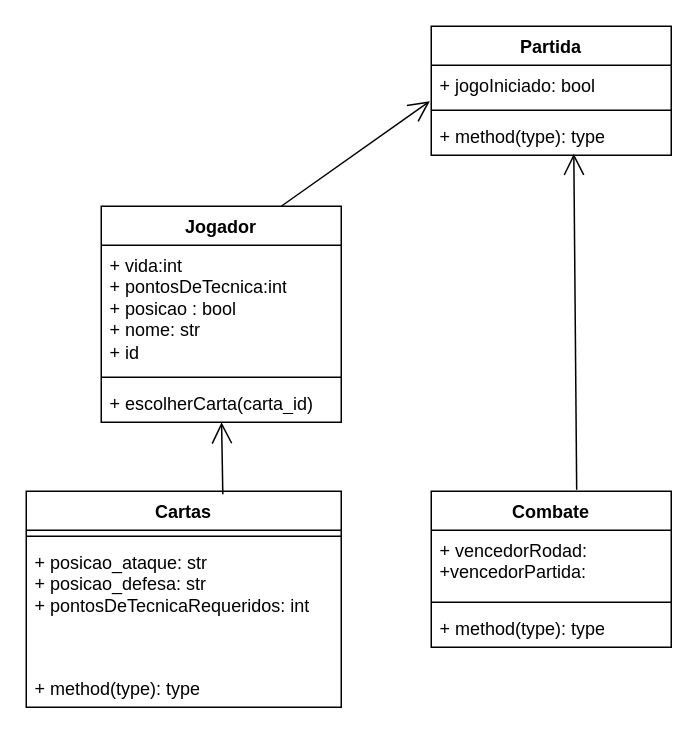
Tpirate90/TP90 keeps this draw.io diagram as Diagrama sem nome.drawio. Above is the earlier version. Source tidied: cells renumbered, new cells numbered last; positions are measured from the earlier drawing's top-left corner, leaving out a move shared by most shapes. Both pictures are drawn from the tidied source at 150%, with x=0, y=0 at pixel (26, 26).
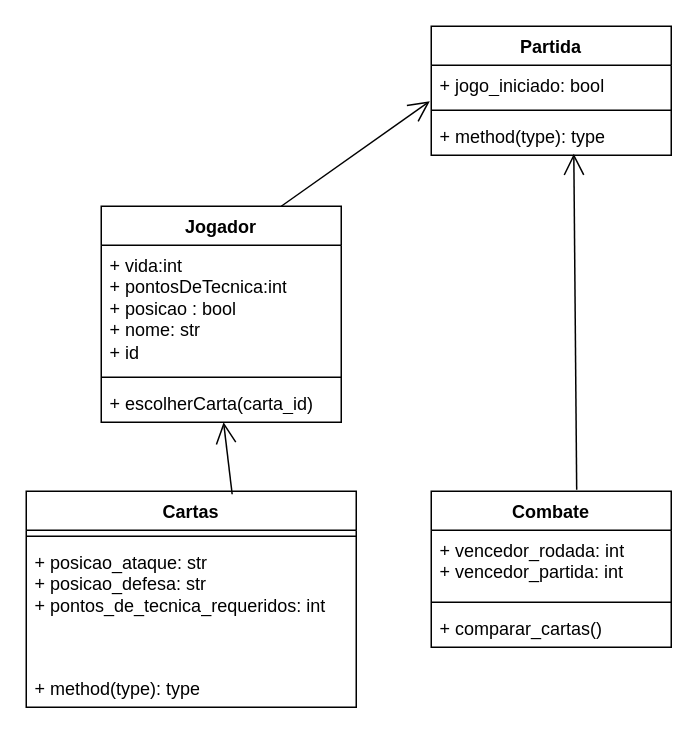
After the change.

Unchanged cells that the change refers to:
```xml
<mxCell id="2" value="Partida" style="swimlane;fontStyle=1;align=center;verticalAlign=top;horizontal=1;startSize=26;whiteSpace=wrap;html=1;" parent="1" vertex="1">
  <mxGeometry x="270" width="160" height="86" as="geometry" />
</mxCell>
<mxCell id="6" value="Combate" style="swimlane;fontStyle=1;align=center;verticalAlign=top;horizontal=1;startSize=26;whiteSpace=wrap;html=1;" parent="1" vertex="1">
  <mxGeometry x="270" y="310" width="160" height="104" as="geometry" />
</mxCell>
```

Diff of the diagram source:
```diff
@@
-    <mxCell id="3" value="+ jogoIniciado: bool" style="text;strokeColor=none;fillColor=none;align=left;verticalAlign=top;spacingLeft=4;spacingRight=4;overflow=hidden;points=[[0,0.5],[1,0.5]];portConstraint=eastwest;whiteSpace=wrap;html=1;" parent="2" vertex="1">
+    <mxCell id="3" value="&lt;div&gt;+ jogo_iniciado: bool&lt;/div&gt;" style="text;strokeColor=none;fillColor=none;align=left;verticalAlign=top;spacingLeft=4;spacingRight=4;overflow=hidden;points=[[0,0.5],[1,0.5]];portConstraint=eastwest;whiteSpace=wrap;html=1;" parent="2" vertex="1">
       <mxGeometry y="26" width="160" height="26" as="geometry" />
     </mxCell>
@@
-    <mxCell id="7" value="&lt;div&gt;+ vencedorRodad: &lt;br&gt;&lt;/div&gt;&lt;div&gt;+vencedorPartida:&lt;br&gt;&lt;/div&gt;" style="text;strokeColor=none;fillColor=none;align=left;verticalAlign=top;spacingLeft=4;spacingRight=4;overflow=hidden;whiteSpace=wrap;html=1;" parent="6" vertex="1">
+    <mxCell id="7" value="&lt;div&gt;+ vencedor_rodada: int &lt;br&gt;&lt;/div&gt;&lt;div&gt;+ vencedor_partida: int&lt;br&gt;&lt;/div&gt;" style="text;strokeColor=none;fillColor=none;align=left;verticalAlign=top;spacingLeft=4;spacingRight=4;overflow=hidden;whiteSpace=wrap;html=1;" parent="6" vertex="1">
       <mxGeometry y="26" width="160" height="44" as="geometry" />
     </mxCell>
@@
-    <mxCell id="9" value="+ method(type): type" style="text;strokeColor=none;fillColor=none;align=left;verticalAlign=top;spacingLeft=4;spacingRight=4;overflow=hidden;whiteSpace=wrap;html=1;" parent="6" vertex="1">
+    <mxCell id="9" value="&lt;div&gt;+ comparar_cartas()&lt;/div&gt;&lt;div&gt;&lt;br&gt;&lt;/div&gt;" style="text;strokeColor=none;fillColor=none;align=left;verticalAlign=top;spacingLeft=4;spacingRight=4;overflow=hidden;whiteSpace=wrap;html=1;" parent="6" vertex="1">
       <mxGeometry y="78" width="160" height="26" as="geometry" />
     </mxCell>
@@
     <mxCell id="14" value="&lt;div&gt;Cartas&lt;/div&gt;" style="swimlane;fontStyle=1;align=center;verticalAlign=top;horizontal=1;startSize=26;whiteSpace=wrap;html=1;" parent="1" vertex="1">
-      <mxGeometry y="310" width="210" height="144" as="geometry" />
+      <mxGeometry y="310" width="220" height="144" as="geometry" />
     </mxCell>
     <mxCell id="15" style="line;strokeWidth=1;fillColor=none;align=left;verticalAlign=middle;spacingTop=-1;spacingLeft=3;spacingRight=3;labelPosition=right;strokeColor=inherit;" parent="14" vertex="1">
-      <mxGeometry y="26" width="210" height="8" as="geometry" />
+      <mxGeometry y="26" width="220" height="8" as="geometry" />
     </mxCell>
-    <mxCell id="16" value="&lt;div&gt;+ posicao_ataque: str&lt;/div&gt;&lt;div&gt;+ posicao_defesa: str&lt;/div&gt;&lt;div&gt;+ pontosDeTecnicaRequeridos: int&lt;br&gt;&lt;/div&gt;&lt;div&gt;&lt;br&gt;&lt;/div&gt;&lt;div&gt;&lt;br&gt;&lt;/div&gt;" style="text;strokeColor=none;fillColor=none;align=left;verticalAlign=top;spacingLeft=4;spacingRight=4;overflow=hidden;whiteSpace=wrap;html=1;" parent="14" vertex="1">
-      <mxGeometry y="34" width="210" height="84" as="geometry" />
+    <mxCell id="16" value="&lt;div&gt;+ posicao_ataque: str&lt;/div&gt;&lt;div&gt;+ posicao_defesa: str&lt;/div&gt;&lt;div&gt;+ pontos_de_tecnica_requeridos: int&lt;br&gt;&lt;/div&gt;&lt;div&gt;&lt;br&gt;&lt;/div&gt;&lt;div&gt;&lt;br&gt;&lt;/div&gt;" style="text;strokeColor=none;fillColor=none;align=left;verticalAlign=top;spacingLeft=4;spacingRight=4;overflow=hidden;whiteSpace=wrap;html=1;" parent="14" vertex="1">
+      <mxGeometry y="34" width="220" height="84" as="geometry" />
     </mxCell>
     <mxCell id="17" value="+ method(type): type" style="text;strokeColor=none;fillColor=none;align=left;verticalAlign=top;spacingLeft=4;spacingRight=4;overflow=hidden;whiteSpace=wrap;html=1;" parent="14" vertex="1">
-      <mxGeometry y="118" width="210" height="26" as="geometry" />
+      <mxGeometry y="118" width="220" height="26" as="geometry" />
     </mxCell>
```
